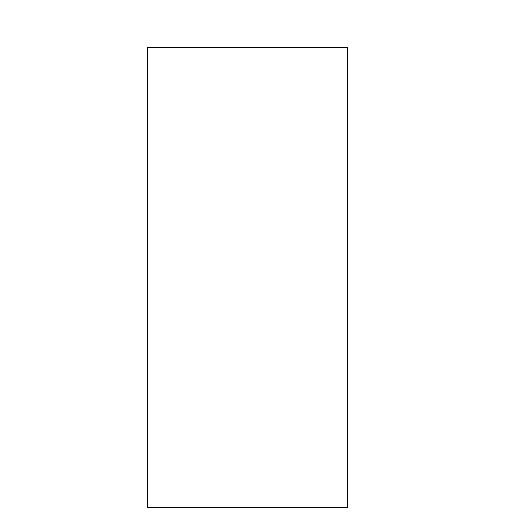
The draw.io diagram 未命名绘图.drawio in Raxio-Z/VGA_Game, before the edit. Source tidied: cells renumbered, new cells numbered last; positions are measured from the earlier drawing's top-left corner, leaving out a move shared by most shapes. Both pictures are drawn from the tidied source at 100%, with x=0, y=0 at pixel (147, 47).
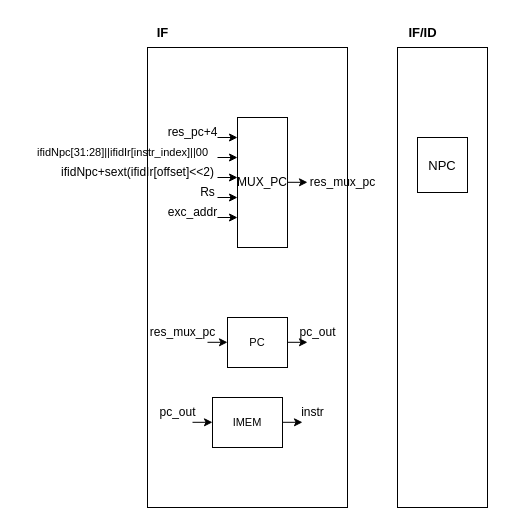
After the change.

Commit message:
更新未命名绘图.drawio

Diff of the diagram source:
```diff
@@
+    <mxCell id="3" value="MUX_PC" style="rounded=0;whiteSpace=wrap;html=1;" parent="1" vertex="1">
+      <mxGeometry x="90" y="70" width="50" height="130" as="geometry" />
+    </mxCell>
+    <mxCell id="4" style="edgeStyle=none;orthogonalLoop=1;jettySize=auto;html=1;rounded=0;" parent="1" edge="1">
+      <mxGeometry relative="1" as="geometry">
+        <mxPoint x="70" y="90" as="sourcePoint" />
+        <mxPoint x="90" y="90" as="targetPoint" />
+      </mxGeometry>
+    </mxCell>
+    <mxCell id="5" value="res_pc+4" style="text;html=1;align=center;verticalAlign=middle;fillColor=none;strokeColor=none;rounded=0;" parent="1" vertex="1">
+      <mxGeometry x="10" y="70" width="70" height="30" as="geometry" />
+    </mxCell>
+    <mxCell id="6" style="edgeStyle=none;orthogonalLoop=1;jettySize=auto;html=1;rounded=0;" parent="1" edge="1">
+      <mxGeometry relative="1" as="geometry">
+        <mxPoint x="70" y="110" as="sourcePoint" />
+        <mxPoint x="90" y="110" as="targetPoint" />
+      </mxGeometry>
+    </mxCell>
+    <mxCell id="7" style="edgeStyle=none;orthogonalLoop=1;jettySize=auto;html=1;rounded=0;" parent="1" edge="1">
+      <mxGeometry relative="1" as="geometry">
+        <mxPoint x="70" y="130" as="sourcePoint" />
+        <mxPoint x="90" y="130" as="targetPoint" />
+      </mxGeometry>
+    </mxCell>
+    <mxCell id="8" style="edgeStyle=none;orthogonalLoop=1;jettySize=auto;html=1;rounded=0;" parent="1" edge="1">
+      <mxGeometry relative="1" as="geometry">
+        <mxPoint x="70" y="150" as="sourcePoint" />
+        <mxPoint x="90" y="150" as="targetPoint" />
+      </mxGeometry>
+    </mxCell>
+    <mxCell id="9" style="edgeStyle=none;orthogonalLoop=1;jettySize=auto;html=1;rounded=0;" parent="1" edge="1">
+      <mxGeometry relative="1" as="geometry">
+        <mxPoint x="70" y="170" as="sourcePoint" />
+        <mxPoint x="90" y="170" as="targetPoint" />
+      </mxGeometry>
+    </mxCell>
+    <mxCell id="10" value="&lt;font style=&quot;font-size: 11px;&quot;&gt;ifidNpc[31:28]||ifidIr[instr_index]||00&lt;/font&gt;" style="text;html=1;align=center;verticalAlign=middle;fillColor=none;strokeColor=none;rounded=0;" parent="1" vertex="1">
+      <mxGeometry x="-130" y="90" width="210" height="30" as="geometry" />
+    </mxCell>
+    <mxCell id="11" value="ifidNpc+sext(ifidIr[offset]&amp;lt;&amp;lt;2)" style="text;html=1;align=center;verticalAlign=middle;fillColor=none;strokeColor=none;rounded=0;" parent="1" vertex="1">
+      <mxGeometry x="-100" y="110" width="180" height="30" as="geometry" />
+    </mxCell>
+    <mxCell id="12" value="Rs" style="text;html=1;align=center;verticalAlign=middle;fillColor=none;strokeColor=none;rounded=0;" parent="1" vertex="1">
+      <mxGeometry x="40" y="130" width="40" height="30" as="geometry" />
+    </mxCell>
+    <mxCell id="13" value="exc_addr" style="text;html=1;align=center;verticalAlign=middle;fillColor=none;strokeColor=none;rounded=0;" parent="1" vertex="1">
+      <mxGeometry x="10" y="150" width="70" height="30" as="geometry" />
+    </mxCell>
+    <mxCell id="14" style="edgeStyle=none;orthogonalLoop=1;jettySize=auto;html=1;rounded=0;" parent="1" edge="1">
+      <mxGeometry relative="1" as="geometry">
+        <mxPoint x="140" y="134.8" as="sourcePoint" />
+        <mxPoint x="160" y="134.8" as="targetPoint" />
+      </mxGeometry>
+    </mxCell>
+    <mxCell id="15" value="res_mux_pc" style="text;html=1;align=center;verticalAlign=middle;fillColor=none;strokeColor=none;rounded=0;" parent="1" vertex="1">
+      <mxGeometry x="150" y="120" width="90" height="30" as="geometry" />
+    </mxCell>
+    <mxCell id="16" value="PC" style="rounded=0;whiteSpace=wrap;html=1;fontSize=11;" parent="1" vertex="1">
+      <mxGeometry x="80" y="270" width="60" height="50" as="geometry" />
+    </mxCell>
+    <mxCell id="17" style="edgeStyle=none;orthogonalLoop=1;jettySize=auto;html=1;rounded=0;" parent="1" edge="1">
+      <mxGeometry relative="1" as="geometry">
+        <mxPoint x="60" y="294.8" as="sourcePoint" />
+        <mxPoint x="80" y="294.8" as="targetPoint" />
+      </mxGeometry>
+    </mxCell>
+    <mxCell id="18" value="res_mux_pc" style="text;html=1;align=center;verticalAlign=middle;fillColor=none;strokeColor=none;rounded=0;" parent="1" vertex="1">
+      <mxGeometry x="-10" y="270" width="90" height="30" as="geometry" />
+    </mxCell>
+    <mxCell id="19" value="pc_out" style="text;html=1;align=center;verticalAlign=middle;fillColor=none;strokeColor=none;rounded=0;" parent="1" vertex="1">
+      <mxGeometry x="140" y="270" width="60" height="30" as="geometry" />
+    </mxCell>
+    <mxCell id="20" style="edgeStyle=none;orthogonalLoop=1;jettySize=auto;html=1;rounded=0;" parent="1" edge="1">
+      <mxGeometry relative="1" as="geometry">
+        <mxPoint x="140" y="294.8" as="sourcePoint" />
+        <mxPoint x="160" y="294.8" as="targetPoint" />
+      </mxGeometry>
+    </mxCell>
+    <mxCell id="21" value="IMEM" style="rounded=0;whiteSpace=wrap;html=1;fontSize=11;" parent="1" vertex="1">
+      <mxGeometry x="65" y="350" width="70" height="50" as="geometry" />
+    </mxCell>
+    <mxCell id="22" style="edgeStyle=none;orthogonalLoop=1;jettySize=auto;html=1;rounded=0;" parent="1" edge="1">
+      <mxGeometry relative="1" as="geometry">
+        <mxPoint x="45" y="374.8" as="sourcePoint" />
+        <mxPoint x="65" y="374.8" as="targetPoint" />
+      </mxGeometry>
+    </mxCell>
+    <mxCell id="23" value="pc_out" style="text;html=1;align=center;verticalAlign=middle;fillColor=none;strokeColor=none;rounded=0;" parent="1" vertex="1">
+      <mxGeometry y="350" width="60" height="30" as="geometry" />
+    </mxCell>
+    <mxCell id="24" style="edgeStyle=none;orthogonalLoop=1;jettySize=auto;html=1;rounded=0;" parent="1" edge="1">
+      <mxGeometry relative="1" as="geometry">
+        <mxPoint x="135" y="374.8" as="sourcePoint" />
+        <mxPoint x="155" y="374.8" as="targetPoint" />
+      </mxGeometry>
+    </mxCell>
+    <mxCell id="25" value="instr" style="text;html=1;align=center;verticalAlign=middle;fillColor=none;strokeColor=none;rounded=0;" parent="1" vertex="1">
+      <mxGeometry x="140" y="350" width="50" height="30" as="geometry" />
+    </mxCell>
+    <mxCell id="26" value="&lt;b&gt;&lt;font style=&quot;font-size: 13px;&quot;&gt;IF&lt;/font&gt;&lt;/b&gt;" style="text;html=1;align=center;verticalAlign=middle;fillColor=none;strokeColor=none;rounded=0;" parent="1" vertex="1">
+      <mxGeometry x="-5" y="-30" width="40" height="30" as="geometry" />
+    </mxCell>
+    <mxCell id="27" style="rounded=0;whiteSpace=wrap;html=1;fontSize=13;" parent="1" vertex="1">
+      <mxGeometry x="250" width="90" height="460" as="geometry" />
+    </mxCell>
+    <mxCell id="28" value="&lt;b&gt;&lt;font style=&quot;font-size: 13px;&quot;&gt;IF/ID&lt;/font&gt;&lt;/b&gt;" style="text;html=1;align=center;verticalAlign=middle;fillColor=none;strokeColor=none;rounded=0;" parent="1" vertex="1">
+      <mxGeometry x="250" y="-30" width="50" height="30" as="geometry" />
+    </mxCell>
+    <mxCell id="29" value="NPC" style="rounded=0;whiteSpace=wrap;html=1;fontSize=13;" parent="1" vertex="1">
+      <mxGeometry x="270" y="90" width="50" height="55" as="geometry" />
+    </mxCell>
```
